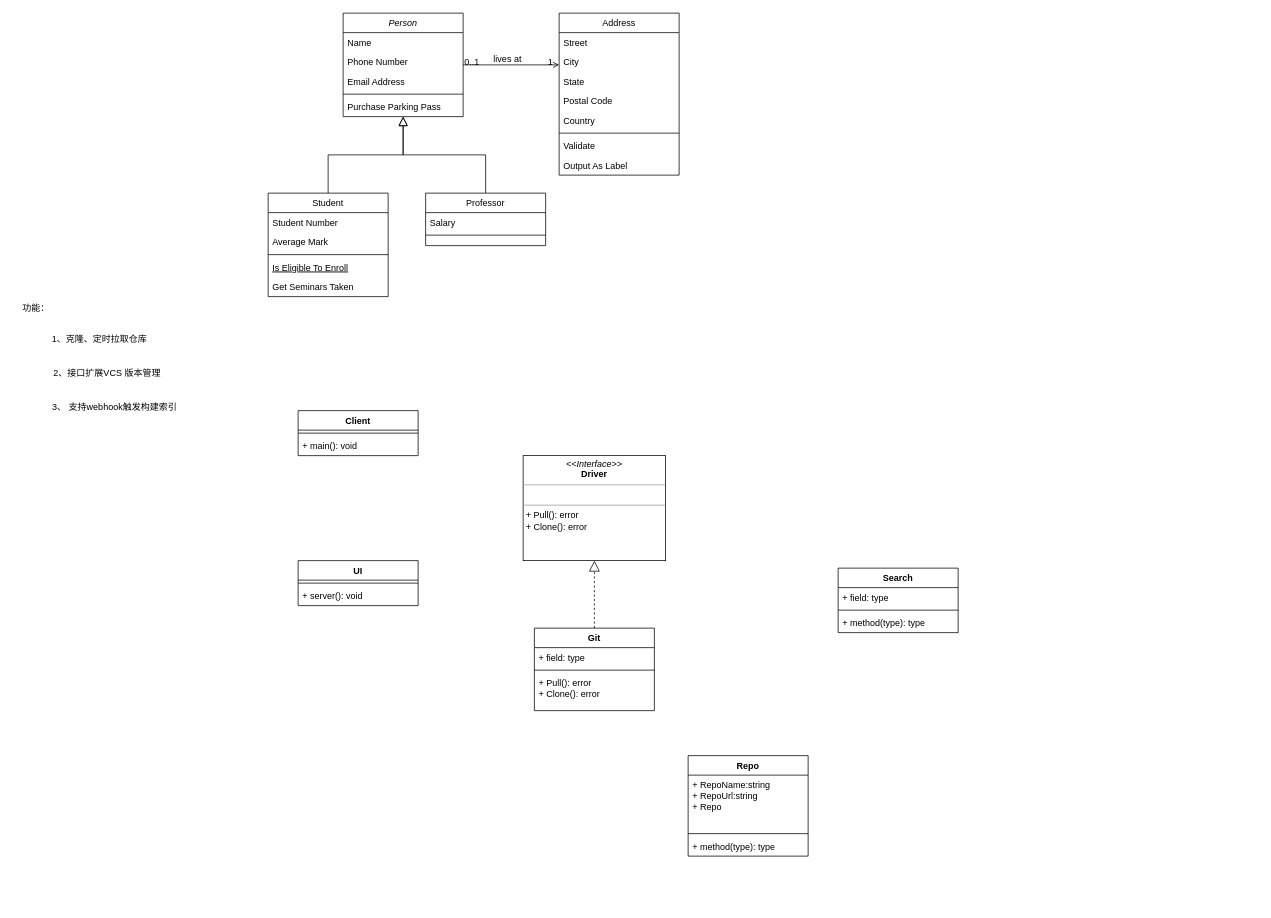
The draw.io diagram UML类图.drawio in heyingjiee/draw, before the edit. Source tidied: cells renumbered, new cells numbered last; positions are measured from the earlier drawing's top-left corner, leaving out a move shared by most shapes. Both pictures are drawn from the tidied source at 75%, with x=0, y=0 at pixel (13, 13).
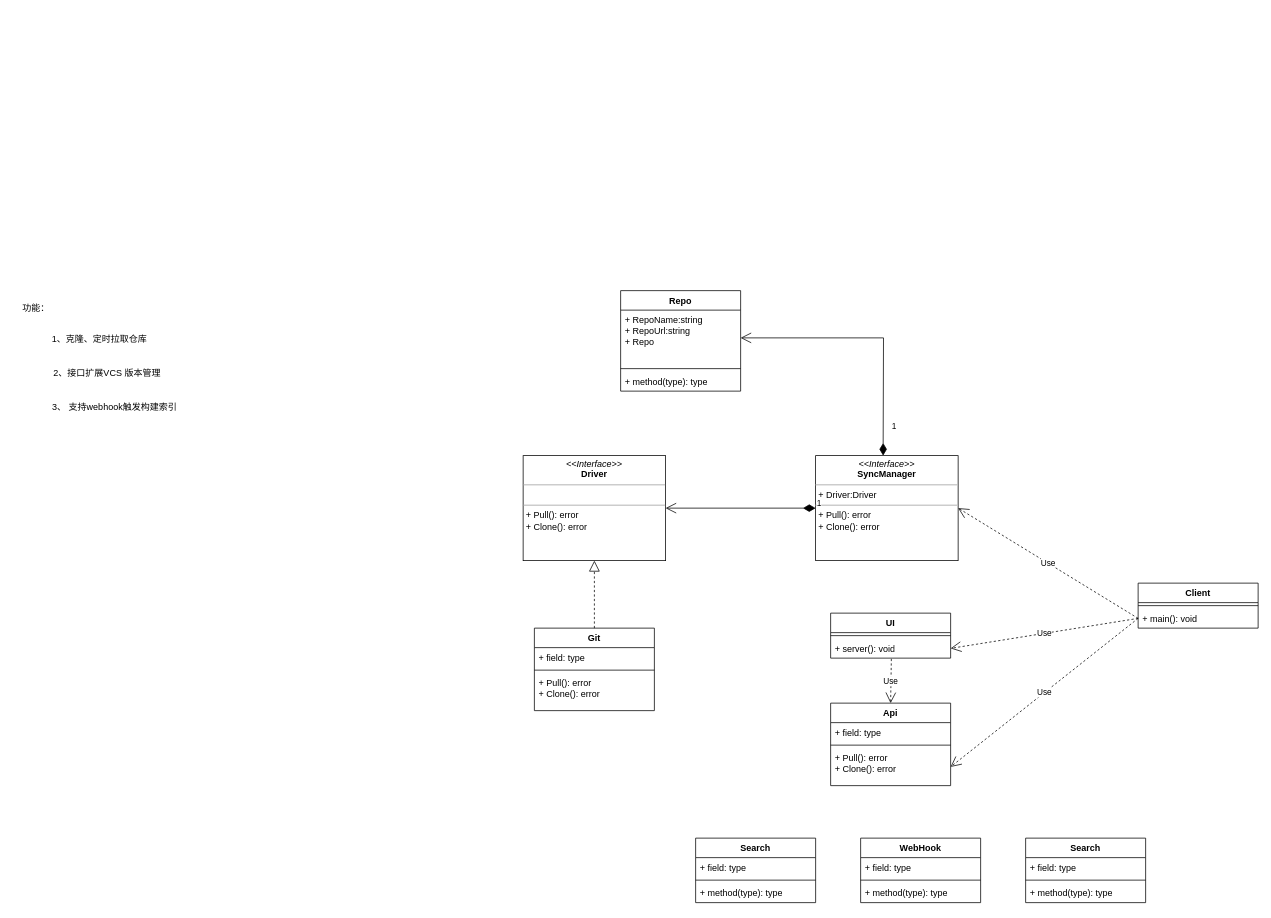
After the change.

Unchanged cells that the change refers to:
```xml
<mxCell id="34" value="+ main(): void" style="text;strokeColor=none;fillColor=none;align=left;verticalAlign=top;spacingLeft=4;spacingRight=4;overflow=hidden;points=[[0,0.5],[1,0.5]];portConstraint=eastwest;whiteSpace=wrap;html=1;" parent="32" vertex="1">
  <mxGeometry y="34" width="160" height="26" as="geometry" />
</mxCell>
<mxCell id="37" value="+ server(): void" style="text;strokeColor=none;fillColor=none;align=left;verticalAlign=top;spacingLeft=4;spacingRight=4;overflow=hidden;points=[[0,0.5],[1,0.5]];portConstraint=eastwest;whiteSpace=wrap;html=1;" parent="35" vertex="1">
  <mxGeometry y="34" width="160" height="26" as="geometry" />
</mxCell>
<mxCell id="38" value="&lt;p style=&quot;margin:0px;margin-top:4px;text-align:center;&quot;&gt;&lt;i&gt;&amp;lt;&amp;lt;Interface&amp;gt;&amp;gt;&lt;/i&gt;&lt;br&gt;&lt;b&gt;Driver&lt;/b&gt;&lt;/p&gt;&lt;hr size=&quot;1&quot;&gt;&lt;p style=&quot;margin:0px;margin-left:4px;&quot;&gt;&lt;br&gt;&lt;/p&gt;&lt;hr size=&quot;1&quot;&gt;&lt;p style=&quot;margin:0px;margin-left:4px;&quot;&gt;+ Pull(): error&lt;br&gt;+ Clone(): error&lt;br&gt;&lt;br&gt;&lt;/p&gt;" style="verticalAlign=top;align=left;overflow=fill;fontSize=12;fontFamily=Helvetica;html=1;whiteSpace=wrap;" parent="1" vertex="1">
  <mxGeometry x="680" y="590" width="190" height="140" as="geometry" />
</mxCell>
<mxCell id="45" value="+ RepoName:string&lt;br&gt;+ RepoUrl:string&lt;br&gt;+ Repo" style="text;strokeColor=none;fillColor=none;align=left;verticalAlign=top;spacingLeft=4;spacingRight=4;overflow=hidden;points=[[0,0.5],[1,0.5]];portConstraint=eastwest;whiteSpace=wrap;html=1;" parent="44" vertex="1">
  <mxGeometry y="26" width="160" height="74" as="geometry" />
</mxCell>
```

What changed in the source:
```diff
@@
-    <mxCell id="2" value="Person" style="swimlane;fontStyle=2;align=center;verticalAlign=top;horizontal=1;startSize=26;rounded=0;shadow=0;strokeWidth=1;" parent="1" vertex="1">
-      <mxGeometry x="440" width="160" height="138" as="geometry" />
-    </mxCell>
-    <mxCell id="3" value="Name" style="text;align=left;verticalAlign=top;spacingLeft=4;spacingRight=4;overflow=hidden;" parent="2" vertex="1">
-      <mxGeometry y="26" width="160" height="26" as="geometry" />
-    </mxCell>
-    <mxCell id="4" value="Phone Number" style="text;align=left;verticalAlign=top;spacingLeft=4;spacingRight=4;overflow=hidden;rounded=0;shadow=0;html=0;" parent="2" vertex="1">
-      <mxGeometry y="52" width="160" height="26" as="geometry" />
-    </mxCell>
-    <mxCell id="5" value="Email Address" style="text;align=left;verticalAlign=top;spacingLeft=4;spacingRight=4;overflow=hidden;rounded=0;shadow=0;html=0;" parent="2" vertex="1">
-      <mxGeometry y="78" width="160" height="26" as="geometry" />
-    </mxCell>
-    <mxCell id="6" style="line;html=1;strokeWidth=1;align=left;verticalAlign=middle;spacingTop=-1;spacingLeft=3;spacingRight=3;labelPosition=right;" parent="2" vertex="1">
-      <mxGeometry y="104" width="160" height="8" as="geometry" />
-    </mxCell>
-    <mxCell id="7" value="Purchase Parking Pass" style="text;align=left;verticalAlign=top;spacingLeft=4;spacingRight=4;overflow=hidden;" parent="2" vertex="1">
-      <mxGeometry y="112" width="160" height="26" as="geometry" />
-    </mxCell>
-    <mxCell id="8" value="Student" style="swimlane;fontStyle=0;align=center;verticalAlign=top;horizontal=1;startSize=26;rounded=0;shadow=0;strokeWidth=1;" parent="1" vertex="1">
-      <mxGeometry x="340" y="240" width="160" height="138" as="geometry" />
-    </mxCell>
-    <mxCell id="9" value="Student Number" style="text;align=left;verticalAlign=top;spacingLeft=4;spacingRight=4;overflow=hidden;" parent="8" vertex="1">
-      <mxGeometry y="26" width="160" height="26" as="geometry" />
-    </mxCell>
-    <mxCell id="10" value="Average Mark" style="text;align=left;verticalAlign=top;spacingLeft=4;spacingRight=4;overflow=hidden;rounded=0;shadow=0;html=0;" parent="8" vertex="1">
-      <mxGeometry y="52" width="160" height="26" as="geometry" />
-    </mxCell>
-    <mxCell id="11" style="line;html=1;strokeWidth=1;align=left;verticalAlign=middle;spacingTop=-1;spacingLeft=3;spacingRight=3;labelPosition=right;" parent="8" vertex="1">
-      <mxGeometry y="78" width="160" height="8" as="geometry" />
-    </mxCell>
-    <mxCell id="12" value="Is Eligible To Enroll" style="text;align=left;verticalAlign=top;spacingLeft=4;spacingRight=4;overflow=hidden;fontStyle=4;" parent="8" vertex="1">
-      <mxGeometry y="86" width="160" height="26" as="geometry" />
-    </mxCell>
-    <mxCell id="13" value="Get Seminars Taken" style="text;align=left;verticalAlign=top;spacingLeft=4;spacingRight=4;overflow=hidden;" parent="8" vertex="1">
-      <mxGeometry y="112" width="160" height="26" as="geometry" />
-    </mxCell>
-    <mxCell id="14" style="endArrow=block;endSize=10;endFill=0;shadow=0;strokeWidth=1;rounded=0;edgeStyle=elbowEdgeStyle;elbow=vertical;" parent="1" edge="1" source="8" target="2">
-      <mxGeometry relative="1" as="geometry" />
-    </mxCell>
-    <mxCell id="15" value="Professor" style="swimlane;fontStyle=0;align=center;verticalAlign=top;horizontal=1;startSize=26;rounded=0;shadow=0;strokeWidth=1;" parent="1" vertex="1">
-      <mxGeometry x="550" y="240" width="160" height="70" as="geometry" />
-    </mxCell>
-    <mxCell id="16" value="Salary" style="text;align=left;verticalAlign=top;spacingLeft=4;spacingRight=4;overflow=hidden;" parent="15" vertex="1">
-      <mxGeometry y="26" width="160" height="26" as="geometry" />
-    </mxCell>
-    <mxCell id="17" style="line;html=1;strokeWidth=1;align=left;verticalAlign=middle;spacingTop=-1;spacingLeft=3;spacingRight=3;labelPosition=right;" parent="15" vertex="1">
-      <mxGeometry y="52" width="160" height="8" as="geometry" />
-    </mxCell>
-    <mxCell id="18" style="endArrow=block;endSize=10;endFill=0;shadow=0;strokeWidth=1;rounded=0;edgeStyle=elbowEdgeStyle;elbow=vertical;" parent="1" edge="1" source="15" target="2">
-      <mxGeometry relative="1" as="geometry" />
-    </mxCell>
-    <mxCell id="19" value="Address" style="swimlane;fontStyle=0;align=center;verticalAlign=top;horizontal=1;startSize=26;rounded=0;shadow=0;strokeWidth=1;" parent="1" vertex="1">
-      <mxGeometry x="728" width="160" height="216" as="geometry" />
-    </mxCell>
-    <mxCell id="20" value="Street" style="text;align=left;verticalAlign=top;spacingLeft=4;spacingRight=4;overflow=hidden;" parent="19" vertex="1">
-      <mxGeometry y="26" width="160" height="26" as="geometry" />
-    </mxCell>
-    <mxCell id="21" value="City" style="text;align=left;verticalAlign=top;spacingLeft=4;spacingRight=4;overflow=hidden;rounded=0;shadow=0;html=0;" parent="19" vertex="1">
-      <mxGeometry y="52" width="160" height="26" as="geometry" />
-    </mxCell>
-    <mxCell id="22" value="State" style="text;align=left;verticalAlign=top;spacingLeft=4;spacingRight=4;overflow=hidden;rounded=0;shadow=0;html=0;" parent="19" vertex="1">
-      <mxGeometry y="78" width="160" height="26" as="geometry" />
-    </mxCell>
-    <mxCell id="23" value="Postal Code" style="text;align=left;verticalAlign=top;spacingLeft=4;spacingRight=4;overflow=hidden;rounded=0;shadow=0;html=0;" parent="19" vertex="1">
-      <mxGeometry y="104" width="160" height="26" as="geometry" />
-    </mxCell>
-    <mxCell id="24" value="Country" style="text;align=left;verticalAlign=top;spacingLeft=4;spacingRight=4;overflow=hidden;rounded=0;shadow=0;html=0;" parent="19" vertex="1">
-      <mxGeometry y="130" width="160" height="26" as="geometry" />
-    </mxCell>
-    <mxCell id="25" style="line;html=1;strokeWidth=1;align=left;verticalAlign=middle;spacingTop=-1;spacingLeft=3;spacingRight=3;labelPosition=right;" parent="19" vertex="1">
-      <mxGeometry y="156" width="160" height="8" as="geometry" />
-    </mxCell>
-    <mxCell id="26" value="Validate" style="text;align=left;verticalAlign=top;spacingLeft=4;spacingRight=4;overflow=hidden;" parent="19" vertex="1">
-      <mxGeometry y="164" width="160" height="26" as="geometry" />
-    </mxCell>
-    <mxCell id="27" value="Output As Label" style="text;align=left;verticalAlign=top;spacingLeft=4;spacingRight=4;overflow=hidden;" parent="19" vertex="1">
-      <mxGeometry y="190" width="160" height="26" as="geometry" />
-    </mxCell>
-    <mxCell id="28" style="endArrow=open;shadow=0;strokeWidth=1;rounded=0;endFill=1;edgeStyle=elbowEdgeStyle;elbow=vertical;" parent="1" edge="1" source="2" target="19">
-      <mxGeometry x="0.5" y="41" relative="1" as="geometry">
-        <mxPoint x="-40" y="32" as="offset" />
-      </mxGeometry>
-    </mxCell>
-    <mxCell id="29" value="0..1" style="align=left;verticalAlign=bottom;labelBackgroundColor=none;fontSize=12;" parent="28" vertex="1">
-      <mxGeometry x="-1" relative="1" as="geometry">
-        <mxPoint y="4" as="offset" />
-      </mxGeometry>
-    </mxCell>
-    <mxCell id="30" value="1" style="align=right;verticalAlign=bottom;labelBackgroundColor=none;fontSize=12;" parent="28" vertex="1">
-      <mxGeometry x="1" relative="1" as="geometry">
-        <mxPoint x="-7" y="4" as="offset" />
-      </mxGeometry>
-    </mxCell>
-    <mxCell id="31" value="lives at" style="text;html=1;align=center;verticalAlign=middle;labelBackgroundColor=none;rounded=0;shadow=0;strokeWidth=1;fontSize=12;" parent="28" vertex="1">
-      <mxGeometry x="0.5" y="49" relative="1" as="geometry">
-        <mxPoint x="-38" y="40" as="offset" />
-      </mxGeometry>
-    </mxCell>
     <mxCell id="32" value="Client" style="swimlane;fontStyle=1;align=center;verticalAlign=top;horizontal=1;startSize=26;whiteSpace=wrap;html=1;" parent="1" vertex="1">
-      <mxGeometry x="380" y="530" width="160" height="60" as="geometry" />
+      <mxGeometry x="1500" y="760" width="160" height="60" as="geometry" />
     </mxCell>
@@
     <mxCell id="35" value="UI" style="swimlane;fontStyle=1;align=center;verticalAlign=top;horizontal=1;startSize=26;whiteSpace=wrap;html=1;" parent="1" vertex="1">
-      <mxGeometry x="380" y="730" width="160" height="60" as="geometry" />
+      <mxGeometry x="1090" y="800" width="160" height="60" as="geometry" />
     </mxCell>
@@
     <mxCell id="44" value="Repo" style="swimlane;fontStyle=1;align=center;verticalAlign=top;horizontal=1;startSize=26;whiteSpace=wrap;html=1;" parent="1" vertex="1">
-      <mxGeometry x="900" y="990" width="160" height="134" as="geometry" />
+      <mxGeometry x="810" y="370" width="160" height="134" as="geometry" />
     </mxCell>
@@
     <mxCell id="52" value="Search" style="swimlane;fontStyle=1;align=center;verticalAlign=top;horizontal=1;startSize=26;whiteSpace=wrap;html=1;" parent="1" vertex="1">
-      <mxGeometry x="1100" y="740" width="160" height="86" as="geometry" />
+      <mxGeometry x="910" y="1100" width="160" height="86" as="geometry" />
     </mxCell>
@@
+    <mxCell id="56" value="&lt;p style=&quot;margin:0px;margin-top:4px;text-align:center;&quot;&gt;&lt;i&gt;&amp;lt;&amp;lt;Interface&amp;gt;&amp;gt;&lt;/i&gt;&lt;br&gt;&lt;b&gt;SyncManager&lt;/b&gt;&lt;/p&gt;&lt;hr size=&quot;1&quot;&gt;&lt;p style=&quot;margin:0px;margin-left:4px;&quot;&gt;+ Driver:Driver&lt;/p&gt;&lt;hr size=&quot;1&quot;&gt;&lt;p style=&quot;margin:0px;margin-left:4px;&quot;&gt;+ Pull(): error&lt;br&gt;+ Clone(): error&lt;br&gt;&lt;br&gt;&lt;/p&gt;" style="verticalAlign=top;align=left;overflow=fill;fontSize=12;fontFamily=Helvetica;html=1;whiteSpace=wrap;" parent="1" vertex="1">
+      <mxGeometry x="1070" y="590" width="190" height="140" as="geometry" />
+    </mxCell>
+    <mxCell id="57" value="Api" style="swimlane;fontStyle=1;align=center;verticalAlign=top;horizontal=1;startSize=26;whiteSpace=wrap;html=1;" parent="1" vertex="1">
+      <mxGeometry x="1090" y="920" width="160" height="110" as="geometry" />
+    </mxCell>
+    <mxCell id="58" value="+ field: type" style="text;strokeColor=none;fillColor=none;align=left;verticalAlign=top;spacingLeft=4;spacingRight=4;overflow=hidden;whiteSpace=wrap;html=1;" parent="57" vertex="1">
+      <mxGeometry y="26" width="160" height="26" as="geometry" />
+    </mxCell>
+    <mxCell id="59" style="line;strokeWidth=1;fillColor=none;align=left;verticalAlign=middle;spacingTop=-1;spacingLeft=3;spacingRight=3;labelPosition=right;strokeColor=inherit;" parent="57" vertex="1">
+      <mxGeometry y="52" width="160" height="8" as="geometry" />
+    </mxCell>
+    <mxCell id="60" value="+ Pull(): error&lt;br style=&quot;border-color: var(--border-color);&quot;&gt;+ Clone(): error" style="text;strokeColor=none;fillColor=none;align=left;verticalAlign=top;spacingLeft=4;spacingRight=4;overflow=hidden;points=[[0,0.5],[1,0.5]];portConstraint=eastwest;whiteSpace=wrap;html=1;" parent="57" vertex="1">
+      <mxGeometry y="60" width="160" height="50" as="geometry" />
+    </mxCell>
+    <mxCell id="61" value="Use" style="endArrow=open;endSize=12;dashed=1;html=1;rounded=0;exitX=0;exitY=0.5;exitDx=0;exitDy=0;entryX=1;entryY=0.5;entryDx=0;entryDy=0;" parent="1" edge="1" source="34" target="56">
+      <mxGeometry relative="1" as="geometry" />
+    </mxCell>
+    <mxCell id="62" value="1" style="endArrow=open;html=1;endSize=12;startArrow=diamondThin;startSize=14;startFill=1;edgeStyle=orthogonalEdgeStyle;align=left;verticalAlign=bottom;rounded=0;entryX=1;entryY=0.5;entryDx=0;entryDy=0;" parent="1" edge="1" target="45">
+      <mxGeometry x="-0.83" y="-10" relative="1" as="geometry">
+        <mxPoint x="1160" y="590" as="sourcePoint" />
+      </mxGeometry>
+    </mxCell>
+    <mxCell id="63" value="1" style="endArrow=open;html=1;endSize=12;startArrow=diamondThin;startSize=14;startFill=1;edgeStyle=orthogonalEdgeStyle;align=left;verticalAlign=bottom;rounded=0;exitX=0;exitY=0.5;exitDx=0;exitDy=0;" parent="1" edge="1" source="56" target="38">
+      <mxGeometry x="-1" y="3" relative="1" as="geometry" />
+    </mxCell>
+    <mxCell id="64" value="Use" style="endArrow=open;endSize=12;dashed=1;html=1;rounded=0;entryX=1;entryY=0.5;entryDx=0;entryDy=0;exitX=0;exitY=0.5;exitDx=0;exitDy=0;" parent="1" edge="1" source="34" target="37">
+      <mxGeometry relative="1" as="geometry" />
+    </mxCell>
+    <mxCell id="65" value="Use" style="endArrow=open;endSize=12;dashed=1;html=1;rounded=0;exitX=0;exitY=0.5;exitDx=0;exitDy=0;entryX=1;entryY=0.5;entryDx=0;entryDy=0;" parent="1" edge="1" source="34" target="60">
+      <mxGeometry relative="1" as="geometry" />
+    </mxCell>
+    <mxCell id="66" value="Use" style="endArrow=open;endSize=12;dashed=1;html=1;rounded=0;exitX=0.506;exitY=1.038;exitDx=0;exitDy=0;exitPerimeter=0;" parent="1" edge="1" source="37">
+      <mxGeometry relative="1" as="geometry">
+        <mxPoint x="1170" y="920" as="targetPoint" />
+      </mxGeometry>
+    </mxCell>
+    <mxCell id="67" value="WebHook" style="swimlane;fontStyle=1;align=center;verticalAlign=top;horizontal=1;startSize=26;whiteSpace=wrap;html=1;" parent="1" vertex="1">
+      <mxGeometry x="1130" y="1100" width="160" height="86" as="geometry" />
+    </mxCell>
+    <mxCell id="68" value="+ field: type" style="text;strokeColor=none;fillColor=none;align=left;verticalAlign=top;spacingLeft=4;spacingRight=4;overflow=hidden;whiteSpace=wrap;html=1;" parent="67" vertex="1">
+      <mxGeometry y="26" width="160" height="26" as="geometry" />
+    </mxCell>
+    <mxCell id="69" style="line;strokeWidth=1;fillColor=none;align=left;verticalAlign=middle;spacingTop=-1;spacingLeft=3;spacingRight=3;labelPosition=right;strokeColor=inherit;" parent="67" vertex="1">
+      <mxGeometry y="52" width="160" height="8" as="geometry" />
+    </mxCell>
+    <mxCell id="70" value="+ method(type): type" style="text;strokeColor=none;fillColor=none;align=left;verticalAlign=top;spacingLeft=4;spacingRight=4;overflow=hidden;whiteSpace=wrap;html=1;" parent="67" vertex="1">
+      <mxGeometry y="60" width="160" height="26" as="geometry" />
+    </mxCell>
+    <mxCell id="71" value="Search" style="swimlane;fontStyle=1;align=center;verticalAlign=top;horizontal=1;startSize=26;whiteSpace=wrap;html=1;" parent="1" vertex="1">
+      <mxGeometry x="1350" y="1100" width="160" height="86" as="geometry" />
+    </mxCell>
+    <mxCell id="72" value="+ field: type" style="text;strokeColor=none;fillColor=none;align=left;verticalAlign=top;spacingLeft=4;spacingRight=4;overflow=hidden;whiteSpace=wrap;html=1;" parent="71" vertex="1">
+      <mxGeometry y="26" width="160" height="26" as="geometry" />
+    </mxCell>
+    <mxCell id="73" style="line;strokeWidth=1;fillColor=none;align=left;verticalAlign=middle;spacingTop=-1;spacingLeft=3;spacingRight=3;labelPosition=right;strokeColor=inherit;" parent="71" vertex="1">
+      <mxGeometry y="52" width="160" height="8" as="geometry" />
+    </mxCell>
+    <mxCell id="74" value="+ method(type): type" style="text;strokeColor=none;fillColor=none;align=left;verticalAlign=top;spacingLeft=4;spacingRight=4;overflow=hidden;whiteSpace=wrap;html=1;" parent="71" vertex="1">
+      <mxGeometry y="60" width="160" height="26" as="geometry" />
+    </mxCell>
```
